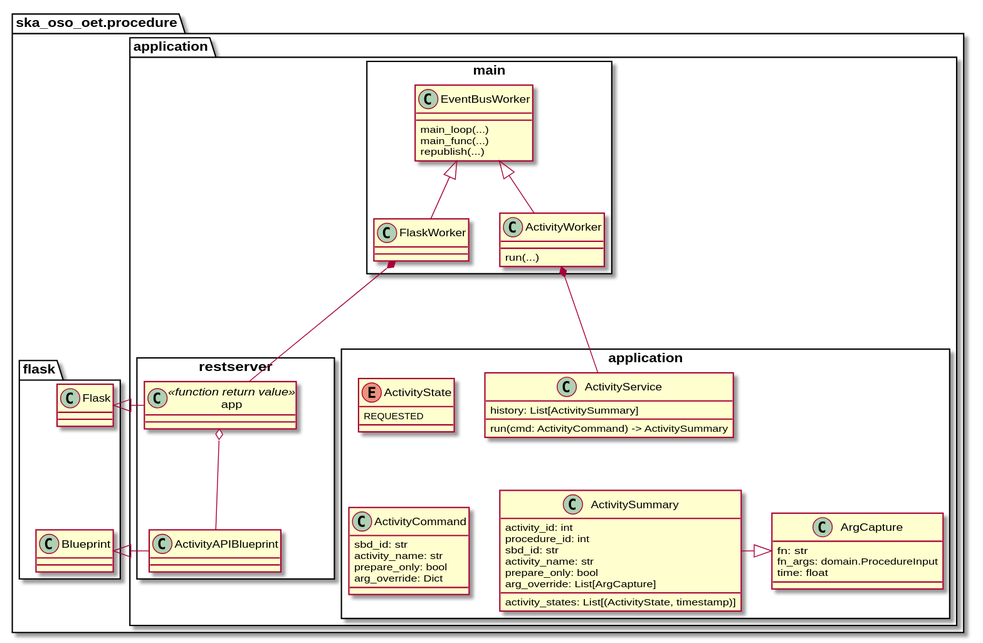
The PlantUML diagram docs/src/diagrams/export/backend_module_ui_primary_activity.svg in ska-telescope/observation-execution-tool, before a commit.
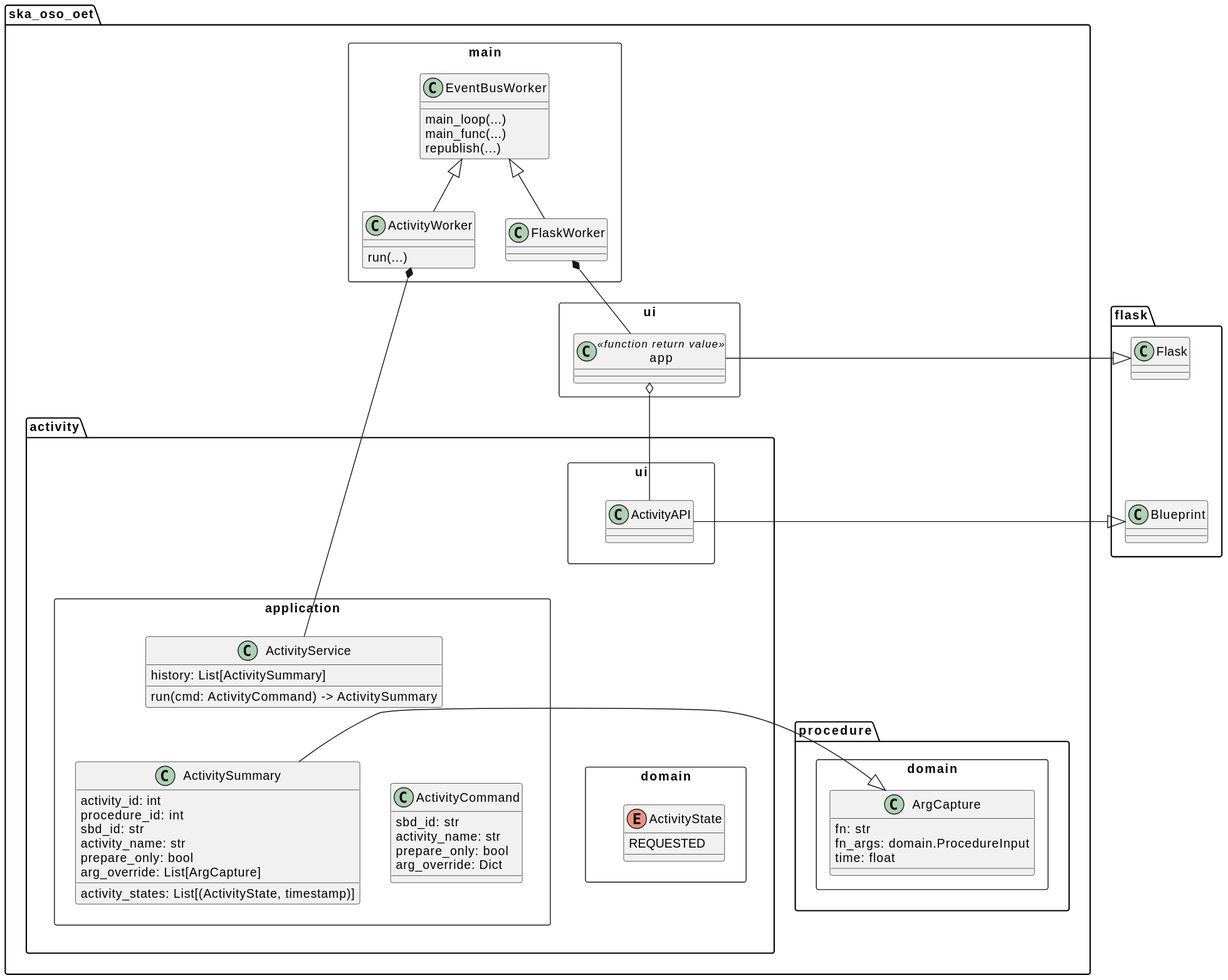
Above is the later version.

What changed in the source:
```diff
@@ -1,8 +1,6 @@
 @startuml
 
-package ska_oso_oet.procedure {
-
-package application as application_pkg {
+package ska_oso_oet {
 
     package main <<Rectangle>> {
 
@@ -10,8 +8,7 @@
             run(...)
         }
 
-        class FlaskWorker {
-        }
+        class FlaskWorker
 
         class EventBusWorker {
             main_loop(...)
@@ -23,56 +20,69 @@
         FlaskWorker -up-|> EventBusWorker
     }
 
-    package restserver <<Rectangle>> {
+    package ui <<Rectangle>> {
+
         class app <<function return value>> {
         }
-
-        class ActivityAPIBlueprint
-
-        app o-- ActivityAPIBlueprint
     }
 
-    package application <<Rectangle>> {
+    package activity {
 
-        class ActivityService {
-            history: List[ActivitySummary]
+        package ui as activity_ui <<Rectangle>> {
+            class ActivityAPI
+        }
+        app o-- ActivityAPI
 
-            run(cmd: ActivityCommand) -> ActivitySummary
+
+        package application <<Rectangle>> {
+
+            class ActivityCommand {
+                sbd_id: str
+                activity_name: str
+                prepare_only: bool
+                arg_override: Dict
+            }
+
+            class ActivityService {
+                history: List[ActivitySummary]
+                run(cmd: ActivityCommand) -> ActivitySummary
+            }
+
+            class ActivitySummary {
+                activity_id: int
+                procedure_id: int
+                sbd_id: str
+                activity_name: str
+                prepare_only: bool
+                arg_override: List[ArgCapture]
+                activity_states: List[(ActivityState, timestamp)]
+            }
+
         }
 
-        class ActivitySummary {
-            activity_id: int
-            procedure_id: int
-            sbd_id: str
-            activity_name: str
-            prepare_only: bool
-            arg_override: List[ArgCapture]
-            activity_states: List[(ActivityState, timestamp)]
+        package domain as activity_domain <<Rectangle>> {
+            enum ActivityState {
+                REQUESTED
+            }
         }
 
-        class ArgCapture {
-            fn: str
-            fn_args: domain.ProcedureInput
-            time: float
+        FlaskWorker *-- app
+        ActivityWorker *-- ActivityService
+    }
+
+    package procedure {
+
+        package domain as procedure_domain <<Rectangle>> {
+            class ArgCapture {
+                fn: str
+                fn_args: domain.ProcedureInput
+                time: float
+            }
         }
-        ActivitySummary -right-|> ArgCapture
+        ActivitySummary -left-|> ArgCapture
 
-        class ActivityCommand {
-            sbd_id: str
-            activity_name: str
-            prepare_only: bool
-            arg_override: Dict
-        }
-
-        enum ActivityState {
-            REQUESTED
-        }
     }
 }
-
-
-FlaskWorker *-- app
-ActivityWorker *-- ActivityService
 
 package flask {
     class Flask
@@ -82,13 +92,11 @@
 }
 
 app -|> Flask
-ActivityAPIBlueprint -|> Blueprint
+ActivityAPI -|> Blueprint
 
-main -down[hidden]--> application
-restserver -left[hidden]--> application
-restserver -right[hidden]--> flask
-FlaskWorker -down[hidden]--> restserver
+activity_ui -down[hidden]- application
+application -down[hidden]- activity_domain
+
+ActivitySummary -right[hidden]- ActivityCommand
 ActivityService -down[hidden]- ActivitySummary
-ActivitySummary -left[hidden]- ActivityCommand
-
 @enduml
```
